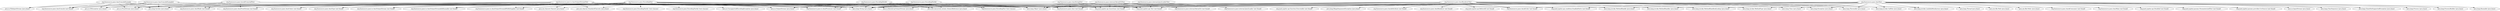
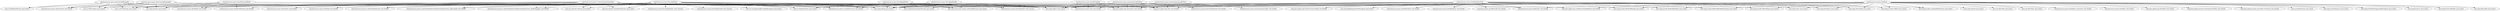
digraph "test-classes" {
-     // Path: projects/java/cleaned_final_projects/jansi/target/test-classes
+     // Path: /home/lin/computer_science/paperCode/x2cangjie/x2cangjie/projects/java/cleaned_final_projects/jansi/target/test-classes
   "org.fusesource.jansi.AnsiConsoleExample"          -> "java.io.FileInputStream (java.base)";
   "org.fusesource.jansi.AnsiConsoleExample"          -> "java.io.IOException (java.base)";
   "org.fusesource.jansi.AnsiConsoleExample"          -> "java.io.PrintStream (java.base)";
   "org.fusesource.jansi.AnsiConsoleExample"          -> "java.lang.Object (java.base)";
   "org.fusesource.jansi.AnsiConsoleExample"          -> "java.lang.String (java.base)";
   "org.fusesource.jansi.AnsiConsoleExample"          -> "java.lang.System (java.base)";
   "org.fusesource.jansi.AnsiConsoleExample"          -> "org.fusesource.jansi.AnsiConsole (not found)";
   "org.fusesource.jansi.AnsiConsoleExample2"         -> "java.io.FileInputStream (java.base)";
   "org.fusesource.jansi.AnsiConsoleExample2"         -> "java.io.IOException (java.base)";
   "org.fusesource.jansi.AnsiConsoleExample2"         -> "java.io.PrintStream (java.base)";
   "org.fusesource.jansi.AnsiConsoleExample2"         -> "java.lang.Object (java.base)";
   "org.fusesource.jansi.AnsiConsoleExample2"         -> "java.lang.String (java.base)";
   "org.fusesource.jansi.AnsiConsoleExample2"         -> "java.lang.System (java.base)";
   "org.fusesource.jansi.AnsiConsoleExample2"         -> "org.fusesource.jansi.Ansi (not found)";
   "org.fusesource.jansi.AnsiConsoleExample2"         -> "org.fusesource.jansi.AnsiConsole (not found)";
   "org.fusesource.jansi.AnsiRendererTest"            -> "java.io.PrintStream (java.base)";
   "org.fusesource.jansi.AnsiRendererTest"            -> "java.lang.Class (java.base)";
   "org.fusesource.jansi.AnsiRendererTest"            -> "java.lang.Exception (java.base)";
   "org.fusesource.jansi.AnsiRendererTest"            -> "java.lang.IllegalArgumentException (java.base)";
   "org.fusesource.jansi.AnsiRendererTest"            -> "java.lang.Object (java.base)";
   "org.fusesource.jansi.AnsiRendererTest"            -> "java.lang.String (java.base)";
   "org.fusesource.jansi.AnsiRendererTest"            -> "java.lang.System (java.base)";
   "org.fusesource.jansi.AnsiRendererTest"            -> "java.lang.Throwable (java.base)";
   "org.fusesource.jansi.AnsiRendererTest"            -> "java.lang.invoke.CallSite (java.base)";
   "org.fusesource.jansi.AnsiRendererTest"            -> "java.lang.invoke.LambdaMetafactory (java.base)";
   "org.fusesource.jansi.AnsiRendererTest"            -> "java.lang.invoke.MethodHandle (java.base)";
   "org.fusesource.jansi.AnsiRendererTest"            -> "java.lang.invoke.MethodHandles (java.base)";
   "org.fusesource.jansi.AnsiRendererTest"            -> "java.lang.invoke.MethodHandles$Lookup (java.base)";
   "org.fusesource.jansi.AnsiRendererTest"            -> "java.lang.invoke.MethodType (java.base)";
   "org.fusesource.jansi.AnsiRendererTest"            -> "org.fusesource.jansi.Ansi (not found)";
   "org.fusesource.jansi.AnsiRendererTest"            -> "org.fusesource.jansi.Ansi$Attribute (not found)";
   "org.fusesource.jansi.AnsiRendererTest"            -> "org.fusesource.jansi.Ansi$Color (not found)";
   "org.fusesource.jansi.AnsiRendererTest"            -> "org.fusesource.jansi.AnsiRenderer (not found)";
   "org.fusesource.jansi.AnsiRendererTest"            -> "org.junit.jupiter.api.Assertions (not found)";
   "org.fusesource.jansi.AnsiRendererTest"            -> "org.junit.jupiter.api.BeforeAll (not found)";
   "org.fusesource.jansi.AnsiRendererTest"            -> "org.junit.jupiter.api.Test (not found)";
   "org.fusesource.jansi.AnsiRendererTest"            -> "org.junit.jupiter.api.function.Executable (not found)";
   "org.fusesource.jansi.AnsiStringTest"              -> "java.lang.Object (java.base)";
   "org.fusesource.jansi.AnsiStringTest"              -> "java.lang.String (java.base)";
   "org.fusesource.jansi.AnsiStringTest"              -> "org.fusesource.jansi.Ansi (not found)";
   "org.fusesource.jansi.AnsiStringTest"              -> "org.junit.jupiter.api.Assertions (not found)";
   "org.fusesource.jansi.AnsiStringTest"              -> "org.junit.jupiter.api.Test (not found)";
   "org.fusesource.jansi.AnsiTest"                    -> "java.io.ByteArrayOutputStream (java.base)";
   "org.fusesource.jansi.AnsiTest"                    -> "java.io.InputStream (java.base)";
   "org.fusesource.jansi.AnsiTest"                    -> "java.lang.CharSequence (java.base)";
   "org.fusesource.jansi.AnsiTest"                    -> "java.lang.Class (java.base)";
   "org.fusesource.jansi.AnsiTest"                    -> "java.lang.CloneNotSupportedException (java.base)";
   "org.fusesource.jansi.AnsiTest"                    -> "java.lang.Exception (java.base)";
   "org.fusesource.jansi.AnsiTest"                    -> "java.lang.Object (java.base)";
   "org.fusesource.jansi.AnsiTest"                    -> "java.lang.Process (java.base)";
   "org.fusesource.jansi.AnsiTest"                    -> "java.lang.ProcessBuilder (java.base)";
   "org.fusesource.jansi.AnsiTest"                    -> "java.lang.Runnable (java.base)";
   "org.fusesource.jansi.AnsiTest"                    -> "java.lang.String (java.base)";
   "org.fusesource.jansi.AnsiTest"                    -> "java.lang.System (java.base)";
   "org.fusesource.jansi.AnsiTest"                    -> "java.lang.Thread (java.base)";
   "org.fusesource.jansi.AnsiTest"                    -> "java.lang.Throwable (java.base)";
   "org.fusesource.jansi.AnsiTest"                    -> "java.lang.invoke.CallSite (java.base)";
   "org.fusesource.jansi.AnsiTest"                    -> "java.lang.invoke.LambdaMetafactory (java.base)";
   "org.fusesource.jansi.AnsiTest"                    -> "java.lang.invoke.MethodHandle (java.base)";
   "org.fusesource.jansi.AnsiTest"                    -> "java.lang.invoke.MethodHandles (java.base)";
   "org.fusesource.jansi.AnsiTest"                    -> "java.lang.invoke.MethodHandles$Lookup (java.base)";
   "org.fusesource.jansi.AnsiTest"                    -> "java.lang.invoke.MethodType (java.base)";
   "org.fusesource.jansi.AnsiTest"                    -> "java.nio.file.Path (java.base)";
   "org.fusesource.jansi.AnsiTest"                    -> "java.nio.file.Paths (java.base)";
   "org.fusesource.jansi.AnsiTest"                    -> "org.fusesource.jansi.Ansi (not found)";
+    "org.fusesource.jansi.AnsiTest"                    -> "org.fusesource.jansi.Ansi$Ansi_Consumer (not found)";
   "org.fusesource.jansi.AnsiTest"                    -> "org.fusesource.jansi.Ansi$Color (not found)";
-    "org.fusesource.jansi.AnsiTest"                    -> "org.fusesource.jansi.Ansi$Consumer (not found)";
   "org.fusesource.jansi.AnsiTest"                    -> "org.fusesource.jansi.AnsiMain (not found)";
   "org.fusesource.jansi.AnsiTest"                    -> "org.junit.jupiter.api.Assertions (not found)";
   "org.fusesource.jansi.AnsiTest"                    -> "org.junit.jupiter.api.Disabled (not found)";
   "org.fusesource.jansi.AnsiTest"                    -> "org.junit.jupiter.api.Test (not found)";
   "org.fusesource.jansi.AnsiTest"                    -> "org.junit.jupiter.api.condition.EnabledOnOs (not found)";
   "org.fusesource.jansi.AnsiTest"                    -> "org.junit.jupiter.params.ParameterizedTest (not found)";
   "org.fusesource.jansi.AnsiTest"                    -> "org.junit.jupiter.params.provider.CsvSource (not found)";
   "org.fusesource.jansi.EncodingTest"                -> "java.io.ByteArrayOutputStream (java.base)";
   "org.fusesource.jansi.EncodingTest"                -> "java.io.OutputStream (java.base)";
   "org.fusesource.jansi.EncodingTest"                -> "java.io.PrintStream (java.base)";
   "org.fusesource.jansi.EncodingTest"                -> "java.io.UnsupportedEncodingException (java.base)";
   "org.fusesource.jansi.EncodingTest"                -> "java.lang.Object (java.base)";
   "org.fusesource.jansi.EncodingTest"                -> "java.lang.String (java.base)";
   "org.fusesource.jansi.EncodingTest"                -> "java.nio.charset.Charset (java.base)";
   "org.fusesource.jansi.EncodingTest"                -> "java.nio.charset.StandardCharsets (java.base)";
   "org.fusesource.jansi.EncodingTest"                -> "java.util.concurrent.atomic.AtomicReference (java.base)";
   "org.fusesource.jansi.EncodingTest"                -> "org.fusesource.jansi.AnsiColors (not found)";
   "org.fusesource.jansi.EncodingTest"                -> "org.fusesource.jansi.AnsiMode (not found)";
   "org.fusesource.jansi.EncodingTest"                -> "org.fusesource.jansi.AnsiPrintStream (not found)";
   "org.fusesource.jansi.EncodingTest"                -> "org.fusesource.jansi.AnsiType (not found)";
   "org.fusesource.jansi.EncodingTest"                -> "org.fusesource.jansi.EncodingTest$1 (test-classes)";
   "org.fusesource.jansi.EncodingTest"                -> "org.fusesource.jansi.EncodingTest$2 (test-classes)";
   "org.fusesource.jansi.EncodingTest"                -> "org.fusesource.jansi.io.AnsiOutputStream (not found)";
-    "org.fusesource.jansi.EncodingTest"                -> "org.fusesource.jansi.io.AnsiOutputStream$IoRunnable (not found)";
-    "org.fusesource.jansi.EncodingTest"                -> "org.fusesource.jansi.io.AnsiOutputStream$WidthSupplier (not found)";
+    "org.fusesource.jansi.EncodingTest"                -> "org.fusesource.jansi.io.AnsiOutputStream$AnsiOutputStream_IoRunnable (not found)";
+    "org.fusesource.jansi.EncodingTest"                -> "org.fusesource.jansi.io.AnsiOutputStream$AnsiOutputStream_WidthSupplier (not found)";
   "org.fusesource.jansi.EncodingTest"                -> "org.fusesource.jansi.io.AnsiProcessor (not found)";
   "org.fusesource.jansi.EncodingTest"                -> "org.junit.jupiter.api.Assertions (not found)";
   "org.fusesource.jansi.EncodingTest"                -> "org.junit.jupiter.api.Test (not found)";
   "org.fusesource.jansi.EncodingTest$1"              -> "java.io.OutputStream (java.base)";
   "org.fusesource.jansi.EncodingTest$1"              -> "java.lang.Object (java.base)";
   "org.fusesource.jansi.EncodingTest$1"              -> "java.lang.String (java.base)";
   "org.fusesource.jansi.EncodingTest$1"              -> "java.util.concurrent.atomic.AtomicReference (java.base)";
   "org.fusesource.jansi.EncodingTest$1"              -> "org.fusesource.jansi.EncodingTest (test-classes)";
   "org.fusesource.jansi.EncodingTest$1"              -> "org.fusesource.jansi.io.AnsiProcessor (not found)";
   "org.fusesource.jansi.EncodingTest$2"              -> "java.io.OutputStream (java.base)";
   "org.fusesource.jansi.EncodingTest$2"              -> "java.lang.Object (java.base)";
   "org.fusesource.jansi.EncodingTest$2"              -> "java.lang.String (java.base)";
   "org.fusesource.jansi.EncodingTest$2"              -> "java.util.concurrent.atomic.AtomicReference (java.base)";
   "org.fusesource.jansi.EncodingTest$2"              -> "org.fusesource.jansi.EncodingTest (test-classes)";
   "org.fusesource.jansi.EncodingTest$2"              -> "org.fusesource.jansi.io.AnsiProcessor (not found)";
   "org.fusesource.jansi.InstallUninstallTest"        -> "java.io.PrintStream (java.base)";
   "org.fusesource.jansi.InstallUninstallTest"        -> "java.lang.Object (java.base)";
   "org.fusesource.jansi.InstallUninstallTest"        -> "java.lang.String (java.base)";
   "org.fusesource.jansi.InstallUninstallTest"        -> "java.lang.System (java.base)";
   "org.fusesource.jansi.InstallUninstallTest"        -> "org.fusesource.jansi.Ansi (not found)";
   "org.fusesource.jansi.InstallUninstallTest"        -> "org.fusesource.jansi.Ansi$Color (not found)";
   "org.fusesource.jansi.InstallUninstallTest"        -> "org.fusesource.jansi.AnsiConsole (not found)";
   "org.fusesource.jansi.InstallUninstallTest"        -> "org.fusesource.jansi.AnsiMode (not found)";
   "org.fusesource.jansi.InstallUninstallTest"        -> "org.fusesource.jansi.AnsiPrintStream (not found)";
   "org.fusesource.jansi.internal.JansiLoaderTest"    -> "java.lang.Object (java.base)";
   "org.fusesource.jansi.internal.JansiLoaderTest"    -> "org.fusesource.jansi.internal.JansiLoader (not found)";
   "org.fusesource.jansi.internal.JansiLoaderTest"    -> "org.junit.jupiter.api.Test (not found)";
   "org.fusesource.jansi.internal.Kernel32Test"       -> "java.lang.Object (java.base)";
   "org.fusesource.jansi.internal.Kernel32Test"       -> "java.lang.String (java.base)";
   "org.fusesource.jansi.internal.Kernel32Test"       -> "org.fusesource.jansi.internal.Kernel32 (not found)";
   "org.fusesource.jansi.internal.Kernel32Test"       -> "org.junit.jupiter.api.Assertions (not found)";
   "org.fusesource.jansi.internal.Kernel32Test"       -> "org.junit.jupiter.api.Test (not found)";
   "org.fusesource.jansi.internal.Kernel32Test"       -> "org.junit.jupiter.api.condition.EnabledOnOs (not found)";
   "org.fusesource.jansi.io.AnsiOutputStreamTest"     -> "java.io.ByteArrayOutputStream (java.base)";
   "org.fusesource.jansi.io.AnsiOutputStreamTest"     -> "java.io.IOException (java.base)";
   "org.fusesource.jansi.io.AnsiOutputStreamTest"     -> "java.io.OutputStream (java.base)";
   "org.fusesource.jansi.io.AnsiOutputStreamTest"     -> "java.lang.Object (java.base)";
   "org.fusesource.jansi.io.AnsiOutputStreamTest"     -> "java.lang.String (java.base)";
   "org.fusesource.jansi.io.AnsiOutputStreamTest"     -> "java.nio.charset.Charset (java.base)";
   "org.fusesource.jansi.io.AnsiOutputStreamTest"     -> "java.nio.charset.StandardCharsets (java.base)";
   "org.fusesource.jansi.io.AnsiOutputStreamTest"     -> "org.fusesource.jansi.AnsiColors (not found)";
   "org.fusesource.jansi.io.AnsiOutputStreamTest"     -> "org.fusesource.jansi.AnsiMode (not found)";
   "org.fusesource.jansi.io.AnsiOutputStreamTest"     -> "org.fusesource.jansi.AnsiType (not found)";
   "org.fusesource.jansi.io.AnsiOutputStreamTest"     -> "org.fusesource.jansi.io.AnsiOutputStream (not found)";
-    "org.fusesource.jansi.io.AnsiOutputStreamTest"     -> "org.fusesource.jansi.io.AnsiOutputStream$IoRunnable (not found)";
-    "org.fusesource.jansi.io.AnsiOutputStreamTest"     -> "org.fusesource.jansi.io.AnsiOutputStream$WidthSupplier (not found)";
+    "org.fusesource.jansi.io.AnsiOutputStreamTest"     -> "org.fusesource.jansi.io.AnsiOutputStream$AnsiOutputStream_IoRunnable (not found)";
+    "org.fusesource.jansi.io.AnsiOutputStreamTest"     -> "org.fusesource.jansi.io.AnsiOutputStream$AnsiOutputStream_WidthSupplier (not found)";
   "org.fusesource.jansi.io.AnsiOutputStreamTest"     -> "org.fusesource.jansi.io.AnsiProcessor (not found)";
   "org.fusesource.jansi.io.AnsiOutputStreamTest"     -> "org.junit.jupiter.api.Assertions (not found)";
   "org.fusesource.jansi.io.AnsiOutputStreamTest"     -> "org.junit.jupiter.api.Test (not found)";
}
